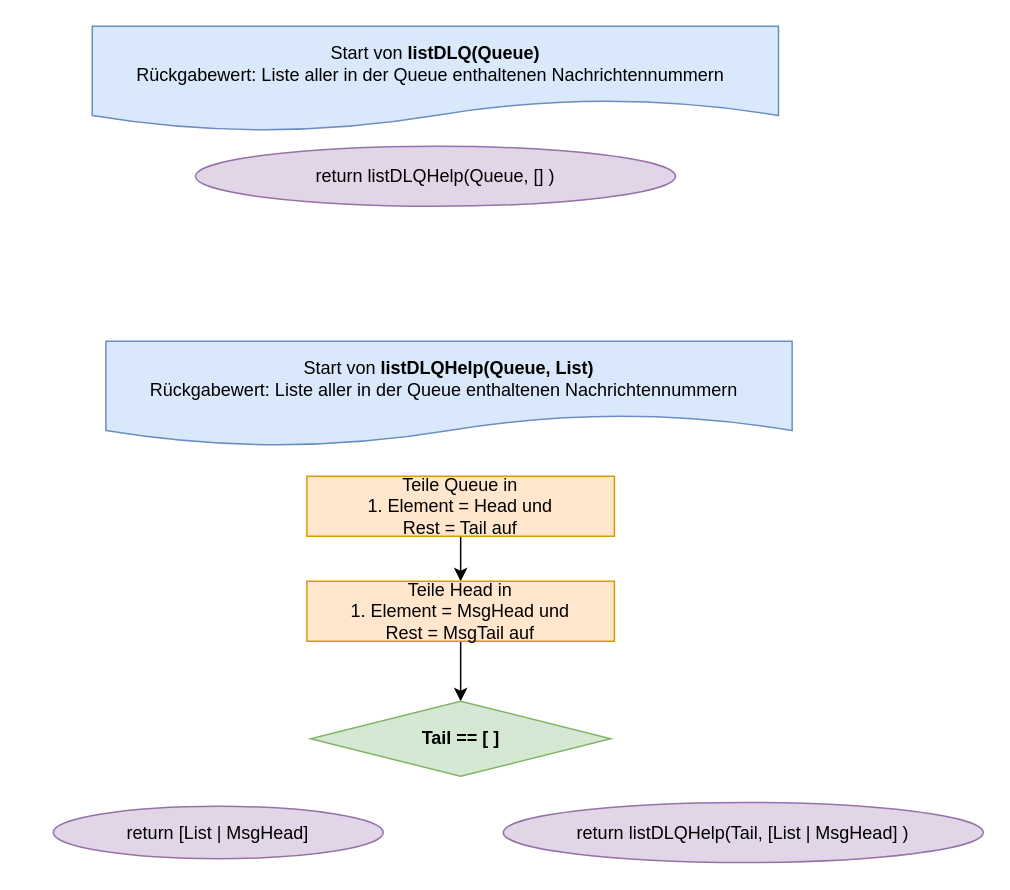
krisschaaf/Hausarbeit_Erlang_Queues keeps this draw.io diagram as Grafiken:Bilder/draw.io/DLQ/6. listDLQ.drawio. Above is the earlier version. Source tidied: cells renumbered, new cells numbered last; positions are measured from the earlier drawing's top-left corner, leaving out a move shared by most shapes. Both pictures are drawn from the tidied source at 150%, with x=0, y=0 at pixel (52, 26).
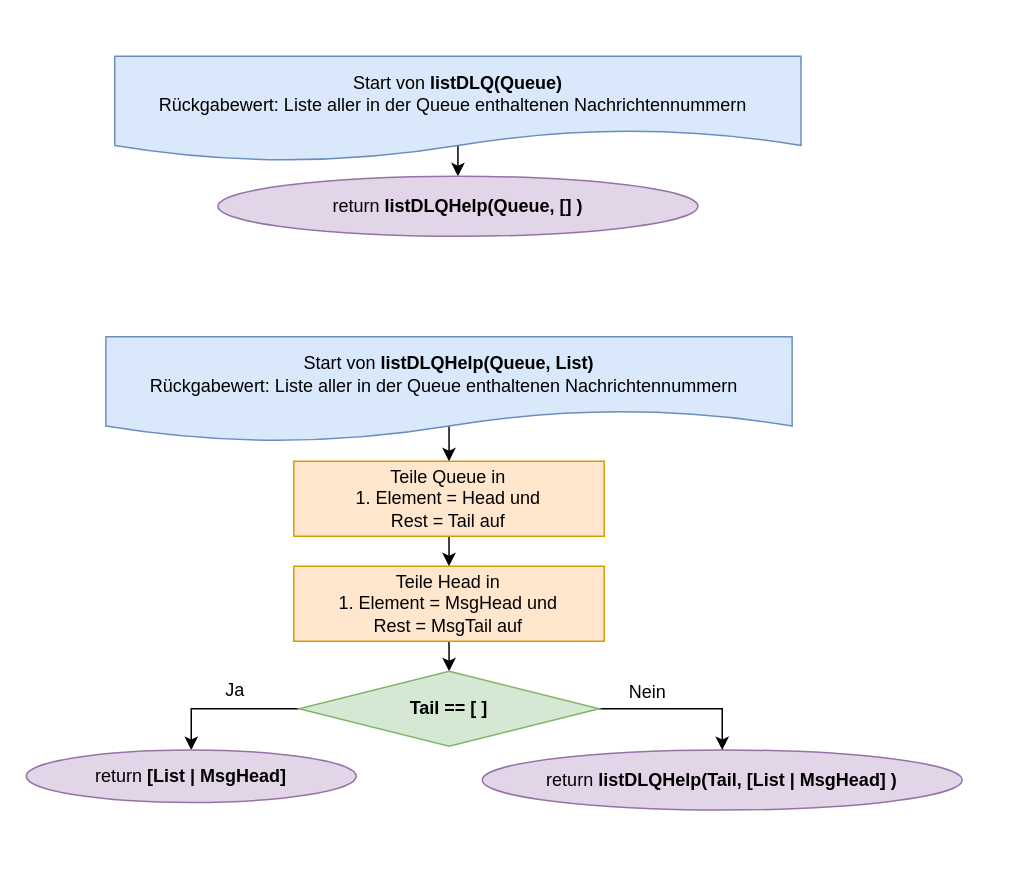
The same diagram, later.

What changed in the source:
```diff
@@
+    <mxCell id="12" style="edgeStyle=orthogonalEdgeStyle;rounded=0;jettySize=auto;html=1;exitX=0.5;exitY=0;exitDx=0;exitDy=0;entryX=0.5;entryY=0;entryDx=0;entryDy=0;" parent="1" edge="1" source="2" target="11">
+      <mxGeometry relative="1" as="geometry">
+        <Array as="points">
+          <mxPoint x="270" y="20" />
+          <mxPoint x="270" y="20" />
+        </Array>
+      </mxGeometry>
+    </mxCell>
     <mxCell id="2" value="Start von &lt;b&gt;listDLQ(Queue)&lt;/b&gt;&lt;br&gt;Rückgabewert: Liste aller in der Queue enthaltenen Nachrichtennummern&amp;nbsp;&amp;nbsp;" style="shape=document;whiteSpace=wrap;html=1;boundedLbl=1;fillColor=#dae8fc;strokeColor=#6c8ebf;" parent="1" vertex="1">
-      <mxGeometry x="26" width="457.5" height="70" as="geometry" />
+      <mxGeometry x="41" y="20" width="457.5" height="70" as="geometry" />
     </mxCell>
-    <mxCell id="3" value="return listDLQHelp(Tail, [List | MsgHead] )" style="ellipse;whiteSpace=wrap;html=1;rounded=0;fillColor=#e1d5e7;strokeColor=#9673a6;" parent="1" vertex="1">
-      <mxGeometry x="300" y="517.5" width="320" height="40" as="geometry" />
+    <mxCell id="3" value="return &lt;b&gt;listDLQHelp(Tail, [List | MsgHead] )&lt;/b&gt;" style="ellipse;whiteSpace=wrap;html=1;rounded=0;fillColor=#e1d5e7;strokeColor=#9673a6;" parent="1" vertex="1">
+      <mxGeometry x="286" y="482.5" width="320" height="40" as="geometry" />
     </mxCell>
@@
+    <mxCell id="13" style="edgeStyle=orthogonalEdgeStyle;rounded=0;jettySize=auto;html=1;exitX=0;exitY=0.5;exitDx=0;exitDy=0;entryX=0.5;entryY=0;entryDx=0;entryDy=0;" parent="1" edge="1" source="5" target="6">
+      <mxGeometry relative="1" as="geometry" />
+    </mxCell>
+    <mxCell id="14" style="edgeStyle=orthogonalEdgeStyle;rounded=0;jettySize=auto;html=1;exitX=1;exitY=0.5;exitDx=0;exitDy=0;entryX=0.5;entryY=0;entryDx=0;entryDy=0;" parent="1" edge="1" source="5" target="3">
+      <mxGeometry relative="1" as="geometry" />
+    </mxCell>
     <mxCell id="5" value="Tail == [ ]" style="rhombus;whiteSpace=wrap;html=1;rounded=0;fillColor=#d5e8d4;strokeColor=#82b366;fontStyle=1;" parent="1" vertex="1">
-      <mxGeometry x="171.6" y="450" width="200" height="50" as="geometry" />
+      <mxGeometry x="163.9" y="430" width="200" height="50" as="geometry" />
     </mxCell>
-    <mxCell id="6" value="return [List | MsgHead]" style="ellipse;whiteSpace=wrap;html=1;rounded=0;fillColor=#e1d5e7;strokeColor=#9673a6;" parent="1" vertex="1">
-      <mxGeometry y="520" width="220" height="35" as="geometry" />
+    <mxCell id="6" value="return &lt;b&gt;[List | MsgHead]&lt;/b&gt;" style="ellipse;whiteSpace=wrap;html=1;rounded=0;fillColor=#e1d5e7;strokeColor=#9673a6;" parent="1" vertex="1">
+      <mxGeometry x="-18" y="482.5" width="220" height="35" as="geometry" />
     </mxCell>
@@
     <mxCell id="8" value="Teile Queue in&lt;br&gt;1. Element = Head und&lt;br&gt;Rest = Tail auf" style="rounded=0;whiteSpace=wrap;html=1;fillColor=#ffe6cc;strokeColor=#d79b00;" parent="1" vertex="1">
-      <mxGeometry x="169.1" y="300" width="205" height="40" as="geometry" />
+      <mxGeometry x="160.4" y="290" width="206.9" height="50" as="geometry" />
     </mxCell>
     <mxCell id="9" value="Teile Head in&lt;br&gt;1. Element = MsgHead und&lt;br&gt;Rest = MsgTail auf" style="rounded=0;whiteSpace=wrap;html=1;fillColor=#ffe6cc;strokeColor=#d79b00;" parent="1" vertex="1">
-      <mxGeometry x="169.1" y="370" width="205" height="40" as="geometry" />
+      <mxGeometry x="160.4" y="360" width="206.9" height="50" as="geometry" />
     </mxCell>
+    <mxCell id="15" style="edgeStyle=orthogonalEdgeStyle;rounded=0;jettySize=auto;html=1;exitX=0.5;exitY=0;exitDx=0;exitDy=0;entryX=0.5;entryY=0;entryDx=0;entryDy=0;" parent="1" edge="1" source="10" target="8">
+      <mxGeometry relative="1" as="geometry">
+        <Array as="points">
+          <mxPoint x="264" y="230" />
+          <mxPoint x="264" y="230" />
+        </Array>
+      </mxGeometry>
+    </mxCell>
     <mxCell id="10" value="Start von &lt;b&gt;listDLQHelp(Queue, List)&lt;/b&gt;&lt;br&gt;Rückgabewert: Liste aller in der Queue enthaltenen Nachrichtennummern&amp;nbsp;&amp;nbsp;" style="shape=document;whiteSpace=wrap;html=1;boundedLbl=1;fillColor=#dae8fc;strokeColor=#6c8ebf;" parent="1" vertex="1">
-      <mxGeometry x="35.1" y="210" width="457.5" height="70" as="geometry" />
+      <mxGeometry x="35.1" y="207" width="457.5" height="70" as="geometry" />
     </mxCell>
-    <mxCell id="11" value="return listDLQHelp(Queue, [] )" style="ellipse;whiteSpace=wrap;html=1;rounded=0;fillColor=#e1d5e7;strokeColor=#9673a6;" parent="1" vertex="1">
-      <mxGeometry x="94.8" y="80" width="320" height="40" as="geometry" />
+    <mxCell id="11" value="return&lt;b&gt; listDLQHelp(Queue, [] )&lt;/b&gt;" style="ellipse;whiteSpace=wrap;html=1;rounded=0;fillColor=#e1d5e7;strokeColor=#9673a6;" parent="1" vertex="1">
+      <mxGeometry x="109.8" y="100" width="320" height="40" as="geometry" />
     </mxCell>
+    <mxCell id="16" value="Ja" style="text;html=1;align=center;verticalAlign=middle;strokeColor=none;fillColor=none;" parent="1" vertex="1">
+      <mxGeometry x="106" y="433" width="30" height="20" as="geometry" />
+    </mxCell>
+    <mxCell id="17" value="Nein" style="text;html=1;align=center;verticalAlign=middle;strokeColor=none;fillColor=none;" parent="1" vertex="1">
+      <mxGeometry x="376" y="434" width="40" height="20" as="geometry" />
+    </mxCell>
```
